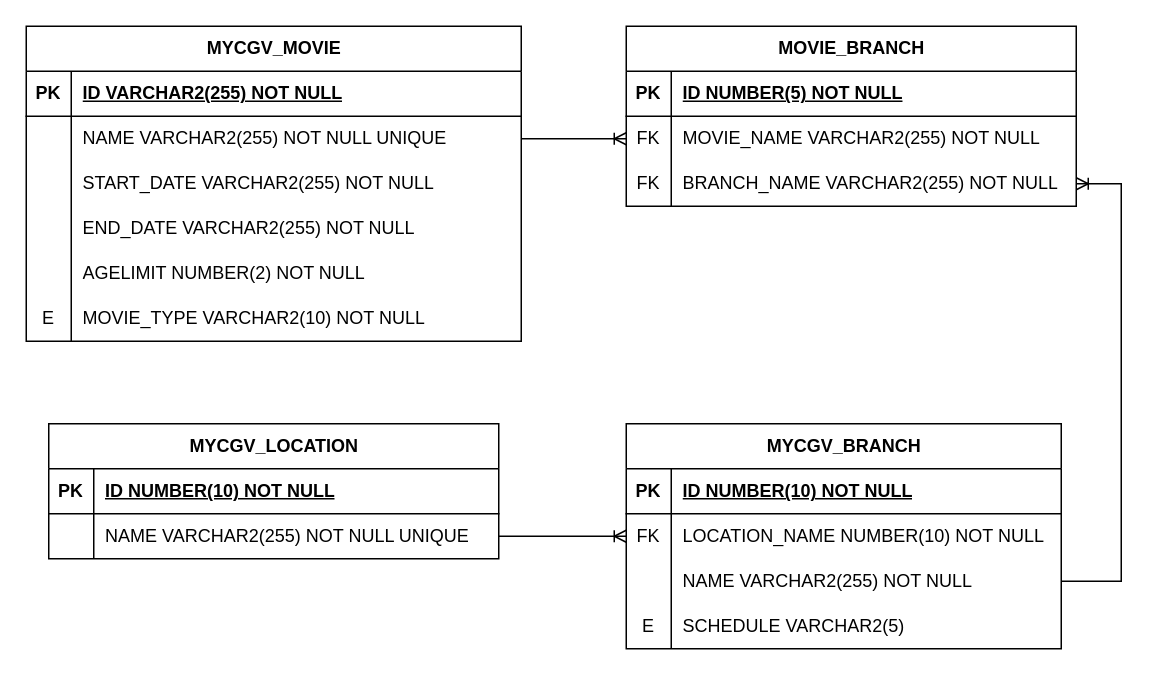
Earlier version of the draw.io diagram new mycgv_erd.drawio (jaehyeonkim0/mycgv). Source tidied: cells renumbered, new cells numbered last; positions are measured from the earlier drawing's top-left corner, leaving out a move shared by most shapes. Both pictures are drawn from the tidied source at 150%, with x=0, y=0 at pixel (26, 26).
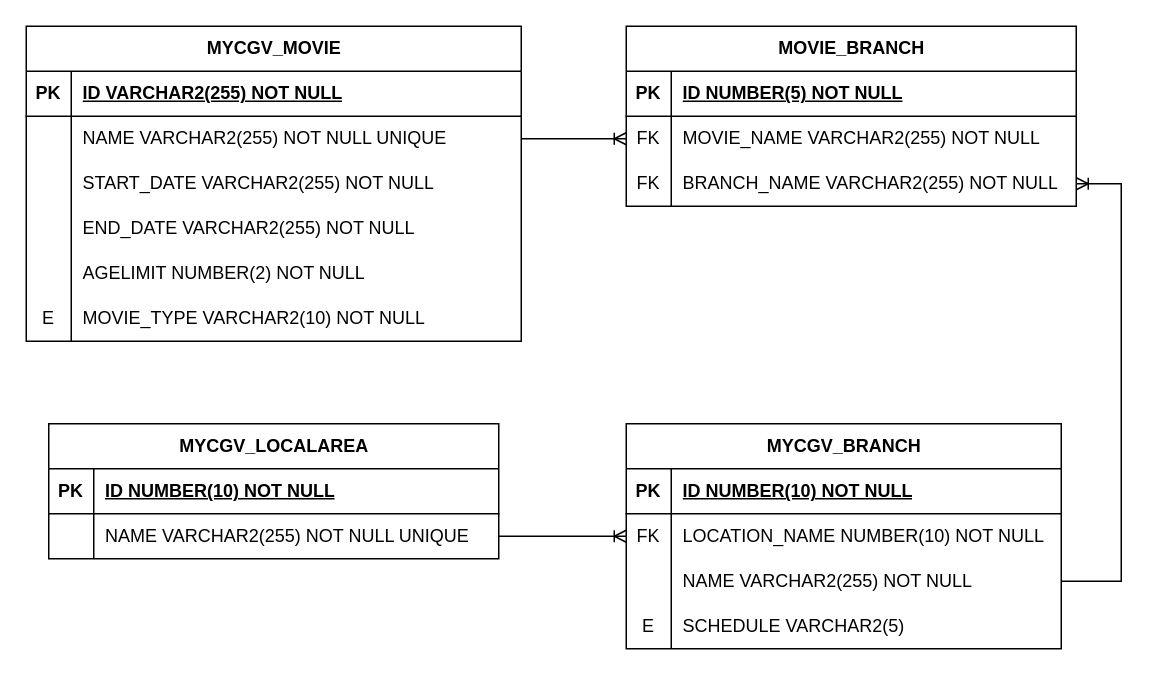
The same page after the edit.

What changed in the source:
```diff
@@
-    <mxCell id="21" value="MYCGV_LOCATION" style="shape=table;startSize=30;childLayout=tableLayout;rowLines=0;fontStyle=1;align=center;html=1;" parent="1" vertex="1">
+    <mxCell id="21" value="MYCGV_LOCALAREA" style="shape=table;startSize=30;childLayout=tableLayout;rowLines=0;fontStyle=1;align=center;html=1;" parent="1" vertex="1">
       <mxGeometry x="15" y="265" width="300" height="90" as="geometry" />
     </mxCell>
```
